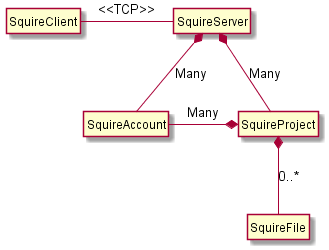
Above: hw3/server.png in voxelv/sQuire_kw (PlantUML), before the change.
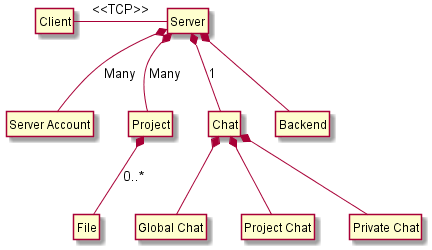
Later version of the same file.

Diff of the diagram source:
```diff
@@ -2,30 +2,28 @@
 hide circle
 hide empty members
 
-class "SquireServer" as sqs{
-
-	}
-
-class "SquireAccount" as ua{
-
-	}
-
-class "SquireClient" as sq{
-
-	}
-
-class "SquireProject" as sqp {
-
-	}
-class "SquireFile" as sqf {
-
-	}
-
-sqp *-- sqf : 0..*
-sqs *-- sqp : Many
-sqs *-- ua : Many
-sqp *-left- ua : Many
+class "Server" as sqs
+class "Server Account" as ua
+class "Client" as sq
+class "Project" as sqp
+class "File" as sqf
+class "Chat" as chat
+class "Global Chat" as gchat
+class "Project Chat" as pchat
+class "Private Chat" as fchat
+class "Backend" as bkg
 
 sq -right- sqs : <<TCP>>
 
+sqs *-- sqp : Many
+sqs *-- ua : Many
+sqs *-- chat : 1
+sqs *-- bkg
+
+chat *-- gchat
+chat *-- pchat
+chat *-- fchat
+
+sqp *-- sqf : 0..*
+
 @enduml
```
